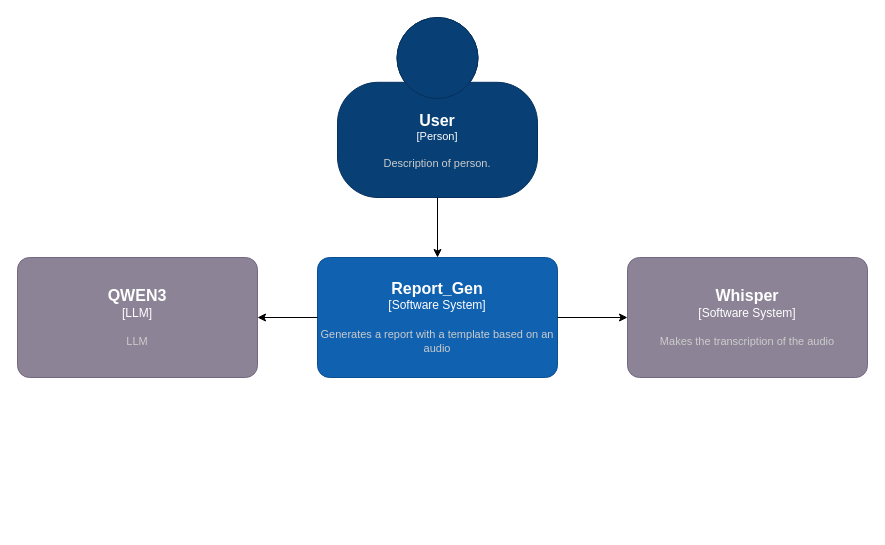
The draw.io diagram page "Context" (2 of 4) of docs/diagrams.drawio in Pedro-Pereira0/FeatherMagic, before the edit. Source tidied: cells renumbered, new cells numbered last; positions are measured from the earlier drawing's top-left corner, leaving out a move shared by most shapes. Both pictures are drawn from the tidied source at 100%, with x=0, y=0 at pixel (17, 17).
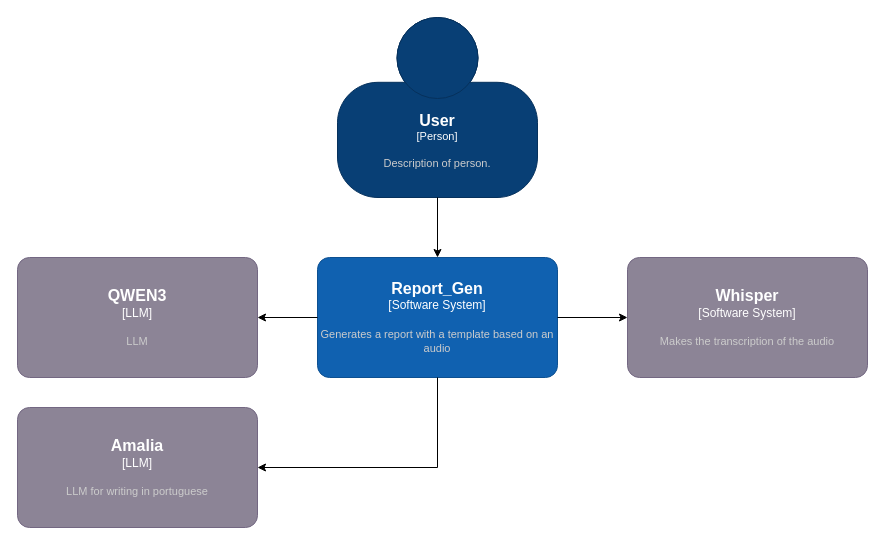
The same diagram, later.

Change to the diagram source:
```diff
@@
 <mxGraphModel>
   <root>
     <mxCell id="0" />
     <mxCell id="1" parent="0" />
     <object id="2" label="&lt;font style=&quot;font-size: 16px&quot;&gt;&lt;b&gt;%c4Name%&lt;/b&gt;&lt;/font&gt;&lt;div&gt;[%c4Type%]&lt;/div&gt;&lt;br&gt;&lt;div&gt;&lt;font style=&quot;font-size: 11px&quot;&gt;&lt;font color=&quot;#cccccc&quot;&gt;%c4Description%&lt;/font&gt;&lt;/div&gt;" c4Description="Description of person." c4Name="User" c4Type="Person" placeholders="1">
       <mxCell style="html=1;fontSize=11;dashed=0;whiteSpace=wrap;fillColor=#083F75;strokeColor=#06315C;fontColor=#ffffff;shape=mxgraph.c4.person2;align=center;points=[[0.5,0,0],[1,0.5,0],[1,0.75,0],[0.75,1,0],[0.5,1,0],[0.25,1,0],[0,0.75,0],[0,0.5,0]];" parent="1" vertex="1">
         <mxGeometry x="320" width="200" height="180" as="geometry" />
       </mxCell>
     </object>
     <object id="3" label="&lt;font style=&quot;font-size: 16px&quot;&gt;&lt;b&gt;%c4Name%&lt;/b&gt;&lt;/font&gt;&lt;div&gt;[%c4Type%]&lt;/div&gt;&lt;br&gt;&lt;div&gt;&lt;font style=&quot;font-size: 11px&quot;&gt;&lt;font color=&quot;#cccccc&quot;&gt;%c4Description%&lt;/font&gt;&lt;/div&gt;" c4Description="Generates a report with a template based on an audio" c4Name="Report_Gen" c4Type="Software System" placeholders="1">
       <mxCell style="rounded=1;whiteSpace=wrap;html=1;labelBackgroundColor=none;fillColor=#1061B0;fontColor=#ffffff;align=center;arcSize=10;strokeColor=#0D5091;points=[[0.25,0,0],[0.5,0,0],[0.75,0,0],[1,0.25,0],[1,0.5,0],[1,0.75,0],[0.75,1,0],[0.5,1,0],[0.25,1,0],[0,0.75,0],[0,0.5,0],[0,0.25,0]];" parent="1" vertex="1">
         <mxGeometry x="300" y="240" width="240" height="120" as="geometry" />
       </mxCell>
     </object>
     <mxCell id="4" style="edgeStyle=orthogonalEdgeStyle;rounded=0;jettySize=auto;html=1;exitX=0.5;exitY=1;exitDx=0;exitDy=0;exitPerimeter=0;entryX=0.5;entryY=0;entryDx=0;entryDy=0;entryPerimeter=0;" parent="1" edge="1" source="2" target="3">
       <mxGeometry relative="1" as="geometry" />
     </mxCell>
     <object id="5" label="&lt;font style=&quot;font-size: 16px&quot;&gt;&lt;b&gt;%c4Name%&lt;/b&gt;&lt;/font&gt;&lt;div&gt;[%c4Type%]&lt;/div&gt;&lt;br&gt;&lt;div&gt;&lt;font style=&quot;font-size: 11px&quot;&gt;&lt;font color=&quot;#cccccc&quot;&gt;%c4Description%&lt;/font&gt;&lt;/div&gt;" c4Description="Makes the transcription of the audio" c4Name="Whisper" c4Type="Software System" placeholders="1">
       <mxCell style="rounded=1;whiteSpace=wrap;html=1;labelBackgroundColor=none;fillColor=#8C8496;fontColor=#ffffff;align=center;arcSize=10;strokeColor=#736782;points=[[0.25,0,0],[0.5,0,0],[0.75,0,0],[1,0.25,0],[1,0.5,0],[1,0.75,0],[0.75,1,0],[0.5,1,0],[0.25,1,0],[0,0.75,0],[0,0.5,0],[0,0.25,0]];" parent="1" vertex="1">
         <mxGeometry x="610" y="240" width="240" height="120" as="geometry" />
       </mxCell>
     </object>
     <mxCell id="6" style="edgeStyle=orthogonalEdgeStyle;rounded=0;jettySize=auto;html=1;exitX=1;exitY=0.5;exitDx=0;exitDy=0;exitPerimeter=0;entryX=0;entryY=0.5;entryDx=0;entryDy=0;entryPerimeter=0;" parent="1" edge="1" source="3" target="5">
       <mxGeometry relative="1" as="geometry" />
     </mxCell>
     <object id="7" label="&lt;font style=&quot;font-size: 16px&quot;&gt;&lt;b&gt;%c4Name%&lt;/b&gt;&lt;/font&gt;&lt;div&gt;[%c4Type%]&lt;/div&gt;&lt;br&gt;&lt;div&gt;&lt;font style=&quot;font-size: 11px&quot;&gt;&lt;font color=&quot;#cccccc&quot;&gt;%c4Description%&lt;/font&gt;&lt;/div&gt;" c4Description="LLM" c4Name="QWEN3" c4Type="LLM" placeholders="1">
       <mxCell style="rounded=1;whiteSpace=wrap;html=1;labelBackgroundColor=none;fillColor=#8C8496;fontColor=#ffffff;align=center;arcSize=10;strokeColor=#736782;points=[[0.25,0,0],[0.5,0,0],[0.75,0,0],[1,0.25,0],[1,0.5,0],[1,0.75,0],[0.75,1,0],[0.5,1,0],[0.25,1,0],[0,0.75,0],[0,0.5,0],[0,0.25,0]];" parent="1" vertex="1">
         <mxGeometry y="240" width="240" height="120" as="geometry" />
       </mxCell>
     </object>
     <mxCell id="8" style="edgeStyle=orthogonalEdgeStyle;rounded=0;jettySize=auto;html=1;exitX=0;exitY=0.5;exitDx=0;exitDy=0;exitPerimeter=0;entryX=1;entryY=0.5;entryDx=0;entryDy=0;entryPerimeter=0;" parent="1" edge="1" source="3" target="7">
       <mxGeometry relative="1" as="geometry" />
     </mxCell>
+    <object id="9" label="&lt;font style=&quot;font-size: 16px&quot;&gt;&lt;b&gt;%c4Name%&lt;/b&gt;&lt;/font&gt;&lt;div&gt;[%c4Type%]&lt;/div&gt;&lt;br&gt;&lt;div&gt;&lt;font style=&quot;font-size: 11px&quot;&gt;&lt;font color=&quot;#cccccc&quot;&gt;%c4Description%&lt;/font&gt;&lt;/div&gt;" c4Description="LLM for writing in portuguese" c4Name="Amalia" c4Type="LLM" placeholders="1">
+      <mxCell style="rounded=1;whiteSpace=wrap;html=1;labelBackgroundColor=none;fillColor=#8C8496;fontColor=#ffffff;align=center;arcSize=10;strokeColor=#736782;points=[[0.25,0,0],[0.5,0,0],[0.75,0,0],[1,0.25,0],[1,0.5,0],[1,0.75,0],[0.75,1,0],[0.5,1,0],[0.25,1,0],[0,0.75,0],[0,0.5,0],[0,0.25,0]];" parent="1" vertex="1">
+        <mxGeometry y="390" width="240" height="120" as="geometry" />
+      </mxCell>
+    </object>
+    <mxCell id="10" style="edgeStyle=orthogonalEdgeStyle;rounded=0;jettySize=auto;html=1;exitX=0.5;exitY=1;exitDx=0;exitDy=0;exitPerimeter=0;entryX=1;entryY=0.5;entryDx=0;entryDy=0;entryPerimeter=0;" parent="1" edge="1" source="3" target="9">
+      <mxGeometry relative="1" as="geometry" />
+    </mxCell>
   </root>
 </mxGraphModel>
```
